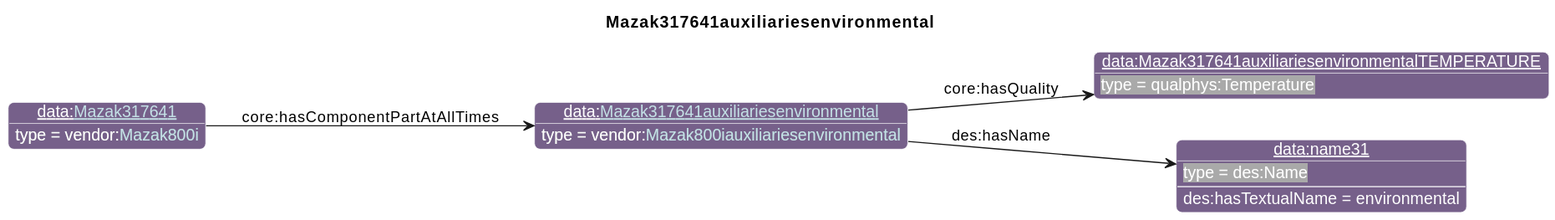
The PlantUML diagram diagrams/Mazak317641auxiliariesenvironmental.svg in iofoundry/example-syseng-mtconnect, before a commit. Source of this version:
```plantuml
@startuml
!include ../iof.iuml

<style>
object {
  HyperlinkColor #C4E1E6
}
</style>

left to right direction
skinparam linetype polyline
title Mazak317641auxiliariesenvironmental

!$default_direction = down

!$namespace_colors = { "bfo":"DFA702",
                      "iof":"1E90FF",
                      "ns":"Green",
                      "ns1":"76608A",
                      "core":"000000",
                      "ex":"Green",
                      "data":"76608A",
                      "vendor":"76608A",
                      "units":"8A2D3B",
                      "cmns-dsg":"3A0519",
                      "qp":"641B2E"
      }
individual(o0, data:[[./Mazak317641auxiliariesenvironmental.html Mazak317641auxiliariesenvironmental]], vendor:[[../Mazak.html#Mazak800iauxiliariesenvironmental Mazak800iauxiliariesenvironmental]])
individual(o1, data:Mazak317641auxiliariesenvironmentalTEMPERATURE, qualphys:Temperature)
individual(o2, data:name31, des:Name)
individual(o3, data:[[./Mazak317641.html Mazak317641]], vendor:[[../Mazak.html#Mazak800i Mazak800i]])
property(o0, "core:hasQuality", o1)
property(o0, "des:hasName", o2)
data(o2, "des:hasTextualName", "environmental")
property(o3, "core:hasComponentPartAtAllTimes", o0)
@enduml
```
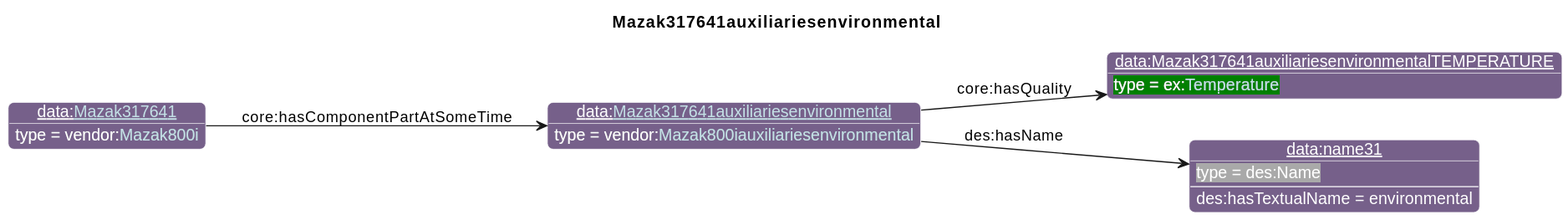
After the commit.

The edit, as a diff of the source:
```diff
@@ -26,11 +26,11 @@
                       "qp":"641B2E"
       }
 individual(o0, data:[[./Mazak317641auxiliariesenvironmental.html Mazak317641auxiliariesenvironmental]], vendor:[[../Mazak.html#Mazak800iauxiliariesenvironmental Mazak800iauxiliariesenvironmental]])
-individual(o1, data:Mazak317641auxiliariesenvironmentalTEMPERATURE, qualphys:Temperature)
+individual(o1, data:Mazak317641auxiliariesenvironmentalTEMPERATURE, ex:[[../Example.html#Temperature Temperature]])
 individual(o2, data:name31, des:Name)
 individual(o3, data:[[./Mazak317641.html Mazak317641]], vendor:[[../Mazak.html#Mazak800i Mazak800i]])
 property(o0, "core:hasQuality", o1)
 property(o0, "des:hasName", o2)
 data(o2, "des:hasTextualName", "environmental")
-property(o3, "core:hasComponentPartAtAllTimes", o0)
+property(o3, "core:hasComponentPartAtSomeTime", o0)
 @enduml
```
